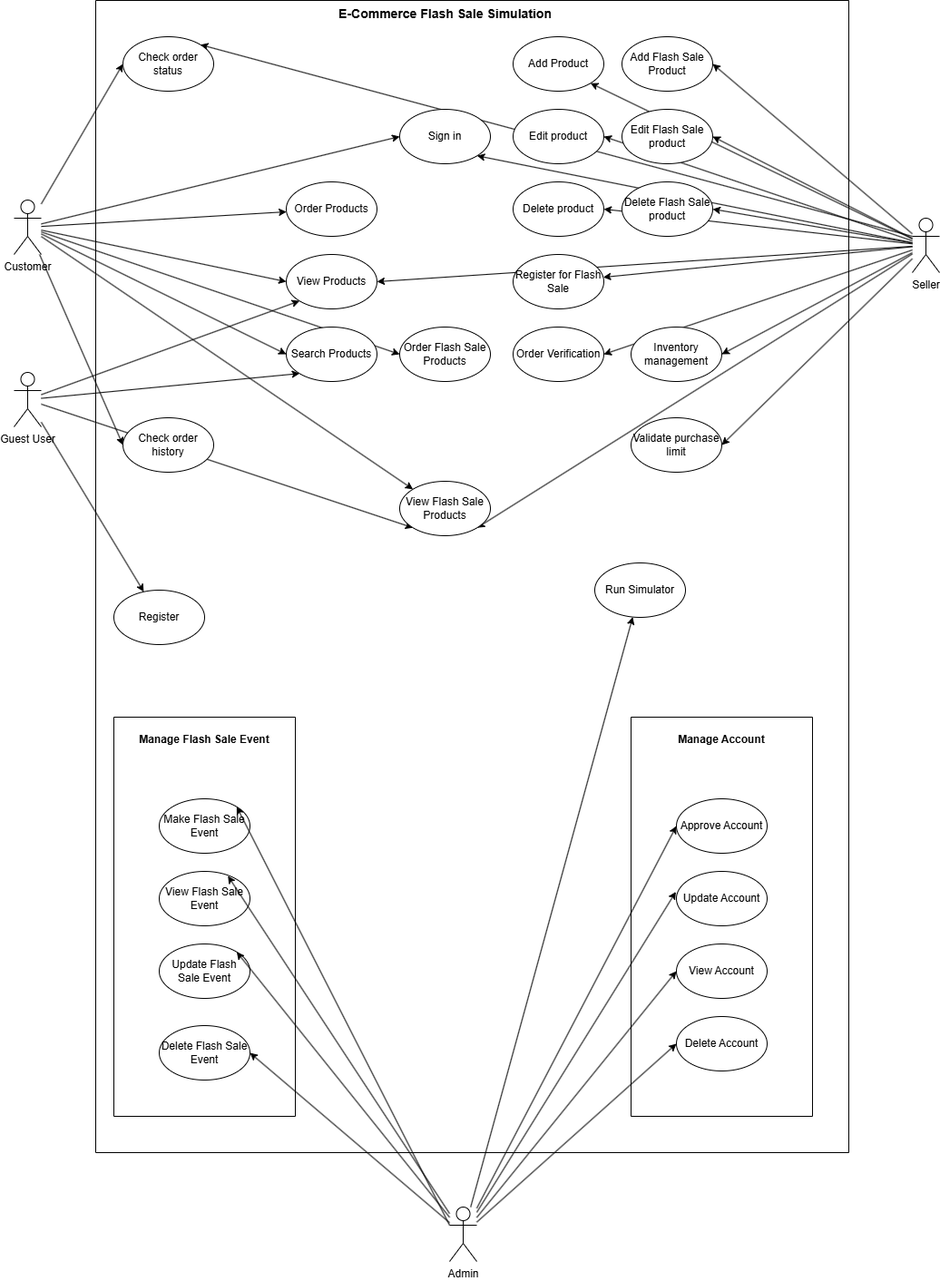
Earlier version of the draw.io export docs/useCaseDiagram.png (Zahiitg/LAb211-Group3). Source tidied: cells renumbered, new cells last; positions are measured from the earlier drawing's top-left corner, leaving out a move shared by most shapes.
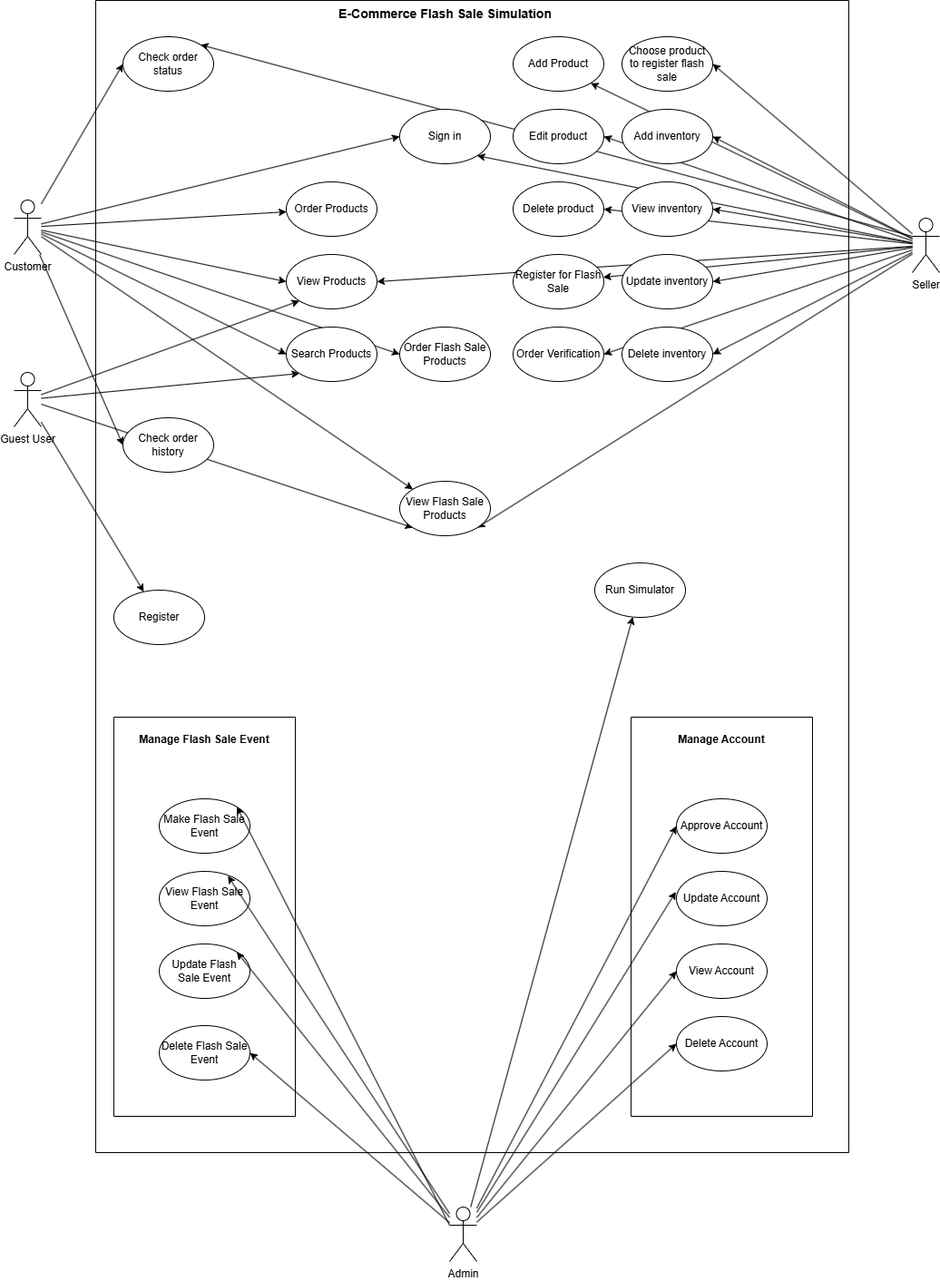
The same file after the commit.

Commit message:
Update usecase diagram

The edit, as a diff of the source:
```diff
@@ -131,11 +131,8 @@
     <mxCell id="44" value="Order Verification" style="ellipse;whiteSpace=wrap;html=1;" parent="33" vertex="1">
       <mxGeometry x="460" y="360" width="100" height="60" as="geometry" />
     </mxCell>
-    <mxCell id="45" value="Inventory management" style="ellipse;whiteSpace=wrap;html=1;" parent="33" vertex="1">
-      <mxGeometry x="590" y="360" width="100" height="60" as="geometry" />
-    </mxCell>
-    <mxCell id="46" value="&lt;span style=&quot;&quot;&gt;V&lt;/span&gt;&lt;span style=&quot;&quot;&gt;alidate purchase limit&lt;/span&gt;" style="ellipse;whiteSpace=wrap;html=1;" parent="33" vertex="1">
-      <mxGeometry x="590" y="460" width="100" height="60" as="geometry" />
+    <mxCell id="46" value="Update inventory" style="ellipse;whiteSpace=wrap;html=1;" parent="33" vertex="1">
+      <mxGeometry x="580" y="280" width="100" height="60" as="geometry" />
     </mxCell>
     <mxCell id="47" value="Check order status" style="ellipse;whiteSpace=wrap;html=1;" parent="33" vertex="1">
       <mxGeometry x="30" y="40" width="100" height="60" as="geometry" />
@@ -146,7 +143,7 @@
     <mxCell id="49" value="Delete product" style="ellipse;whiteSpace=wrap;html=1;" parent="33" vertex="1">
       <mxGeometry x="460" y="200" width="100" height="60" as="geometry" />
     </mxCell>
-    <mxCell id="50" value="Add Flash Sale Product" style="ellipse;whiteSpace=wrap;html=1;" parent="33" vertex="1">
+    <mxCell id="50" value="Choose product to register flash sale" style="ellipse;whiteSpace=wrap;html=1;" parent="33" vertex="1">
       <mxGeometry x="580" y="40" width="100" height="60" as="geometry" />
     </mxCell>
     <mxCell id="51" style="rounded=0;jettySize=auto;html=1;entryX=1;entryY=1;entryDx=0;entryDy=0;" parent="33" edge="1" source="26">
@@ -160,12 +157,15 @@
     <mxCell id="53" value="&lt;div&gt;Sign in&lt;/div&gt;" style="ellipse;whiteSpace=wrap;html=1;" parent="33" vertex="1">
       <mxGeometry x="335" y="120" width="100" height="60" as="geometry" />
     </mxCell>
-    <mxCell id="54" value="Edit Flash Sale product" style="ellipse;whiteSpace=wrap;html=1;" parent="33" vertex="1">
+    <mxCell id="54" value="Add inventory" style="ellipse;whiteSpace=wrap;html=1;" parent="33" vertex="1">
       <mxGeometry x="580" y="120" width="100" height="60" as="geometry" />
     </mxCell>
-    <mxCell id="55" value="Delete Flash Sale product" style="ellipse;whiteSpace=wrap;html=1;" parent="33" vertex="1">
+    <mxCell id="55" value="View inventory" style="ellipse;whiteSpace=wrap;html=1;" parent="33" vertex="1">
       <mxGeometry x="580" y="200" width="100" height="60" as="geometry" />
     </mxCell>
+    <mxCell id="45" value="Delete inventory" style="ellipse;whiteSpace=wrap;html=1;" parent="33" vertex="1">
+      <mxGeometry x="580" y="360" width="100" height="60" as="geometry" />
+    </mxCell>
     <mxCell id="56" style="rounded=0;jettySize=auto;html=1;entryX=0;entryY=1;entryDx=0;entryDy=0;" parent="1" edge="1" source="58" target="39">
       <mxGeometry relative="1" as="geometry" />
     </mxCell>
```
